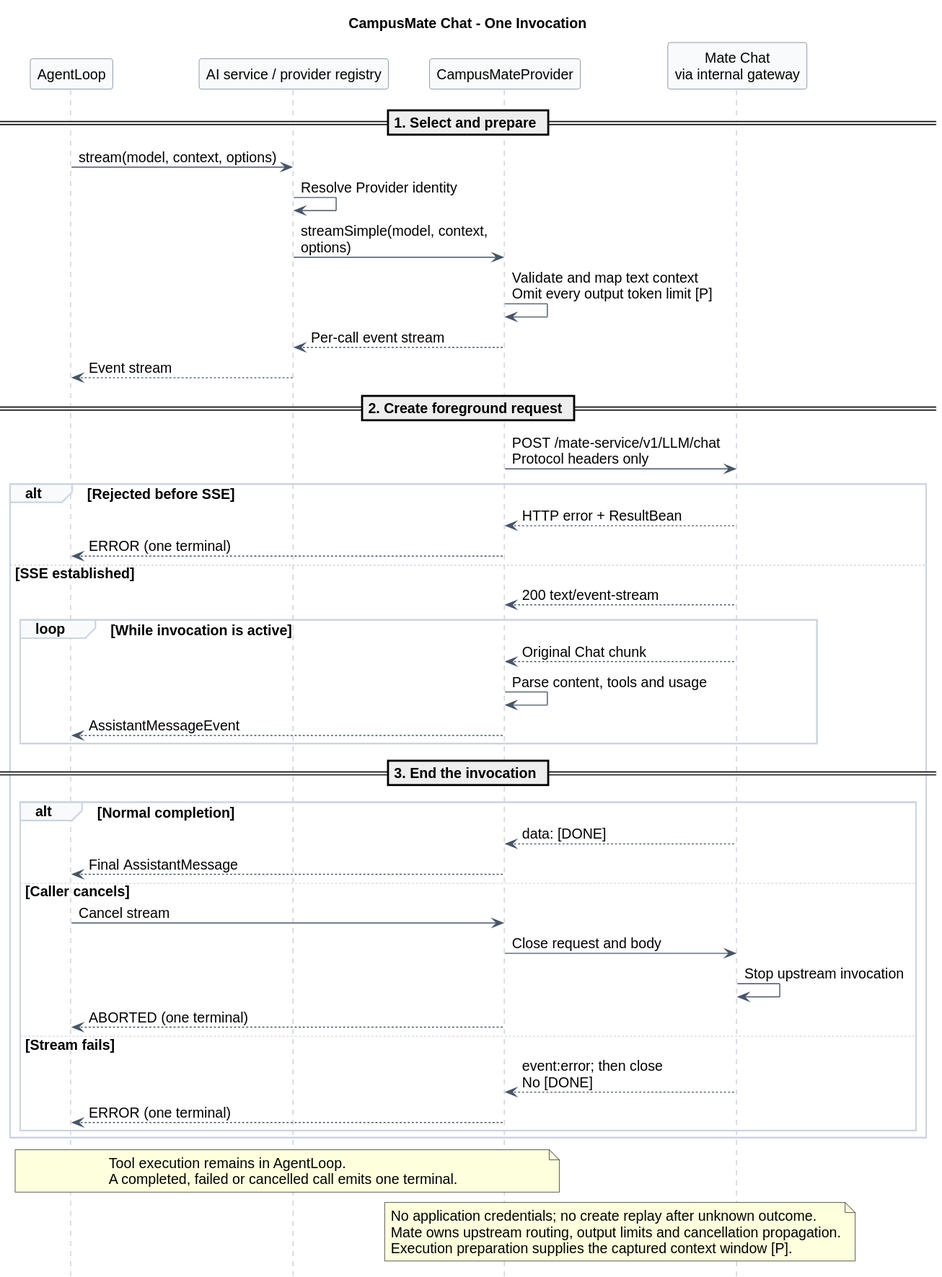
The PlantUML diagram 02-服务与接口/03-Model/chat-sequence.svg in ssm0808/pi-mono-java-design, before a commit.
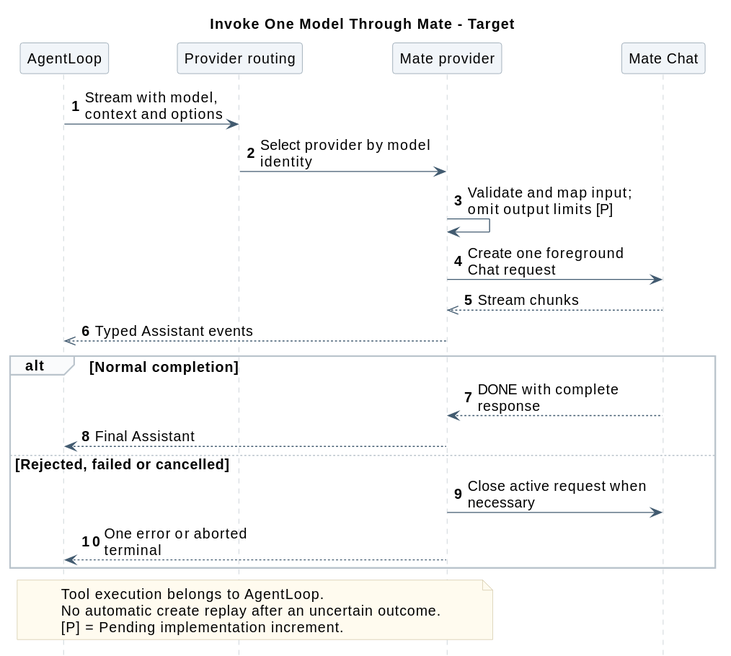
The same file after the commit.

Change to the diagram source:
```diff
@@ -1,69 +1,42 @@
 @startuml
+skinparam backgroundColor white
+skinparam defaultFontName SansSerif
+skinparam defaultFontSize 14
+skinparam shadowing false
+skinparam sequenceMessageAlign left
+skinparam maxMessageSize 180
+skinparam sequenceArrowColor #425B70
+skinparam sequenceLifeLineBorderColor #BAC4CC
+skinparam sequenceParticipantBackgroundColor #F1F5F9
+skinparam sequenceParticipantBorderColor #8496A4
+skinparam sequenceGroupBackgroundColor #FAFBFC
+skinparam sequenceGroupBorderColor #BAC4CC
+skinparam noteBackgroundColor #FFFBEF
+skinparam noteBorderColor #D2C6A5
+hide footbox
+autonumber
 
-skinparam backgroundColor white
-skinparam shadowing false
-skinparam defaultFontName Arial
-skinparam defaultFontSize 14
-skinparam ArrowColor #475569
-title CampusMate Chat - One Invocation
-hide footbox
-skinparam maxMessageSize 210
-skinparam sequenceMessageAlign left
-skinparam sequence {
-  ParticipantBackgroundColor #F8FAFC
-  ParticipantBorderColor #64748B
-  LifeLineBorderColor #94A3B8
-  GroupBorderColor #CBD5E1
-  GroupBackgroundColor #F8FAFC
-}
+title Invoke One Model Through Mate - Target
 participant AgentLoop as Loop
-participant "AI service / provider registry" as AI
-participant CampusMateProvider as Provider
-participant "Mate Chat\nvia internal gateway" as Mate
-
-== 1. Select and prepare ==
-Loop -> AI : stream(model, context, options)
-AI -> AI : Resolve Provider identity
-AI -> Provider : streamSimple(model, context, options)
-Provider -> Provider : Validate and map text context\nOmit every output token limit [P]
-Provider --> AI : Per-call event stream
-AI --> Loop : Event stream
-
-== 2. Create foreground request ==
-Provider -> Mate : POST /mate-service/v1/LLM/chat\nProtocol headers only
-alt Rejected before SSE
-  Mate --> Provider : HTTP error + ResultBean
-  Provider --> Loop : ERROR (one terminal)
-else SSE established
-  Mate --> Provider : 200 text/event-stream
-  loop While invocation is active
-    Mate --> Provider : Original Chat chunk
-    Provider -> Provider : Parse content, tools and usage
-    Provider --> Loop : AssistantMessageEvent
-  end
-
-  == 3. End the invocation ==
-  alt Normal completion
-    Mate --> Provider : data: [DONE]
-    Provider --> Loop : Final AssistantMessage
-  else Caller cancels
-    Loop -> Provider : Cancel stream
-    Provider -> Mate : Close request and body
-    Mate -> Mate : Stop upstream invocation
-    Provider --> Loop : ABORTED (one terminal)
-  else Stream fails
-    Mate --> Provider : event:error; then close\nNo [DONE]
-    Provider --> Loop : ERROR (one terminal)
-  end
+participant "Provider routing" as Routing
+participant "Mate provider" as Provider
+participant "Mate Chat" as Mate
+Loop -> Routing : Stream with model, context and options
+Routing -> Provider : Select provider by model identity
+Provider -> Provider : Validate and map input; omit output limits [P]
+Provider -> Mate : Create one foreground Chat request
+Mate -->> Provider : Stream chunks
+Provider -->> Loop : Typed Assistant events
+alt Normal completion
+  Mate --> Provider : DONE with complete response
+  Provider --> Loop : Final Assistant
+else Rejected, failed or cancelled
+  Provider -> Mate : Close active request when necessary
+  Provider --> Loop : One error or aborted terminal
 end
-
 note over Loop,Provider
-Tool execution remains in AgentLoop.
-A completed, failed or cancelled call emits one terminal.
-end note
-note over Provider,Mate
-No application credentials; no create replay after unknown outcome.
-Mate owns upstream routing, output limits and cancellation propagation.
-Execution preparation supplies the captured context window [P].
+  Tool execution belongs to AgentLoop.
+  No automatic create replay after an uncertain outcome.
+  [P] = Pending implementation increment.
 end note
 @enduml
```
